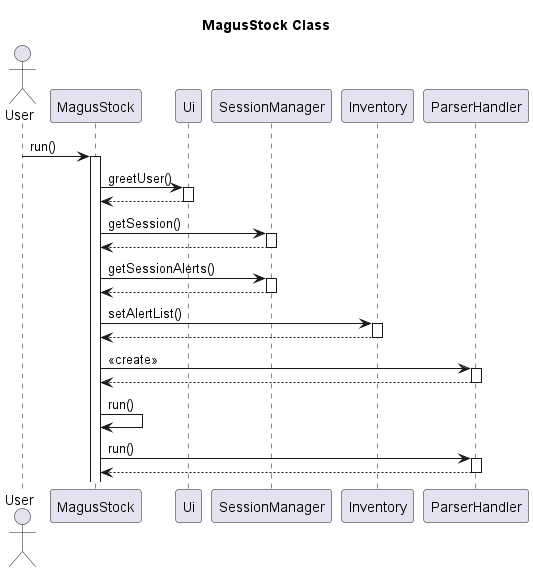
nus-cs2113-AY2223S2/tp keeps this PlantUML diagram as docs/SequenceDiagram.png. Above is the earlier version. The source it was exported from:
```plantuml
@startuml
title MagusStock Class

actor User
participant MagusStock
participant Ui
participant SessionManager
participant Inventory
participant ParserHandler
User -> MagusStock: run()
activate MagusStock
MagusStock -> Ui: greetUser()
activate Ui
Ui --> MagusStock:
deactivate Ui
MagusStock -> SessionManager: getSession()
activate SessionManager
SessionManager --> MagusStock:
deactivate SessionManager
MagusStock -> SessionManager: getSessionAlerts()
activate SessionManager
SessionManager --> MagusStock:
deactivate SessionManager
MagusStock -> Inventory: setAlertList()
activate Inventory
Inventory --> MagusStock:
deactivate Inventory
MagusStock -> ParserHandler: <<create>>
activate ParserHandler
ParserHandler --> MagusStock:
deactivate ParserHandler
MagusStock -> MagusStock: run()
MagusStock -> ParserHandler: run()
activate ParserHandler
ParserHandler --> MagusStock:
deactivate ParserHandler


@enduml
```
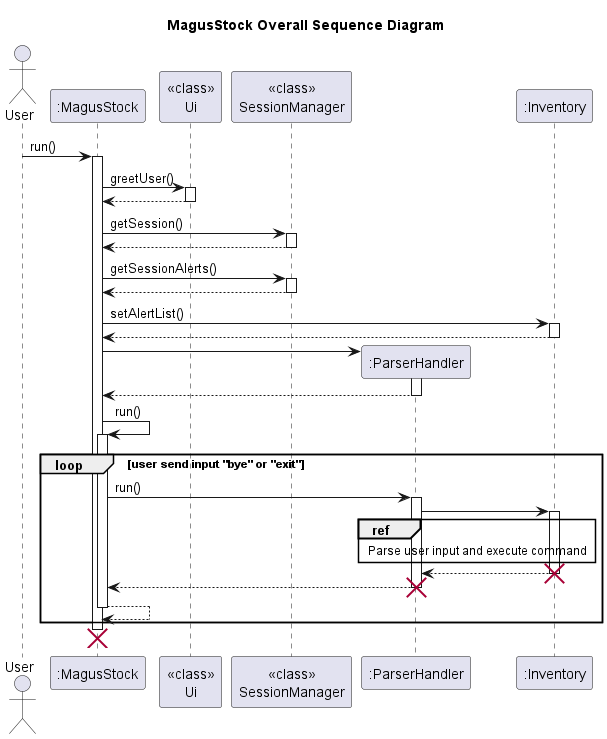
The same diagram one commit later.

Change to the diagram source:
```diff
@@ -1,39 +1,52 @@
 @startuml
-title MagusStock Class
+title MagusStock Overall Sequence Diagram
 
 actor User
-participant MagusStock
-participant Ui
-participant SessionManager
-participant Inventory
-participant ParserHandler
-User -> MagusStock: run()
-activate MagusStock
-MagusStock -> Ui: greetUser()
-activate Ui
-Ui --> MagusStock:
-deactivate Ui
-MagusStock -> SessionManager: getSession()
-activate SessionManager
-SessionManager --> MagusStock:
-deactivate SessionManager
-MagusStock -> SessionManager: getSessionAlerts()
-activate SessionManager
-SessionManager --> MagusStock:
-deactivate SessionManager
-MagusStock -> Inventory: setAlertList()
-activate Inventory
-Inventory --> MagusStock:
-deactivate Inventory
-MagusStock -> ParserHandler: <<create>>
-activate ParserHandler
-ParserHandler --> MagusStock:
-deactivate ParserHandler
-MagusStock -> MagusStock: run()
-MagusStock -> ParserHandler: run()
-activate ParserHandler
-ParserHandler --> MagusStock:
-deactivate ParserHandler
+participant ":MagusStock"
+participant "<<class>>\nUi"
+participant "<<class>>\nSessionManager"
+participant ":ParserHandler"
+participant ":Inventory"
+User -> ":MagusStock": run()
+activate ":MagusStock"
+":MagusStock" -> "<<class>>\nUi": greetUser()
+activate "<<class>>\nUi"
+"<<class>>\nUi" --> ":MagusStock":
+deactivate "<<class>>\nUi"
+":MagusStock" -> "<<class>>\nSessionManager": getSession()
+activate "<<class>>\nSessionManager"
+"<<class>>\nSessionManager" --> ":MagusStock":
+deactivate "<<class>>\nSessionManager"
+":MagusStock" -> "<<class>>\nSessionManager": getSessionAlerts()
+activate "<<class>>\nSessionManager"
+"<<class>>\nSessionManager" --> ":MagusStock":
+deactivate "<<class>>\nSessionManager"
+":MagusStock" -> ":Inventory": setAlertList()
+activate ":Inventory"
+":Inventory" --> ":MagusStock":
+deactivate ":Inventory"
+":MagusStock" -> ":ParserHandler"**:
+activate ":ParserHandler"
+":ParserHandler" --> ":MagusStock":
+deactivate ":ParserHandler"
+":MagusStock" -> ":MagusStock": run()
+activate ":MagusStock"
+loop user send input "bye" or "exit"
+":MagusStock" -> ":ParserHandler": run()
+activate ":ParserHandler"
+":ParserHandler" -> ":Inventory":
+activate ":Inventory"
+ref over ":ParserHandler", ":Inventory": Parse user input and execute command
+":Inventory" --> ":ParserHandler":
+destroy ":Inventory"
+deactivate ":Inventory"
+":ParserHandler" --> ":MagusStock":
+deactivate ":ParserHandler"
+destroy ":ParserHandler"
+":MagusStock" --> ":MagusStock":
+deactivate ":MagusStock"
+end
+destroy ":MagusStock"
 
 
 @enduml
```
